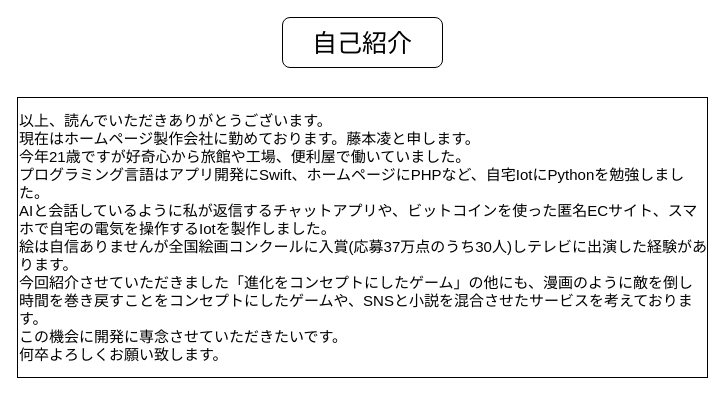
This is page "ページ5" (5 of 5) of eater.drawio from idaks1325/eater_design, a draw.io file, before an edit. Source tidied: cells renumbered, new cells numbered last; positions are measured from the earlier drawing's top-left corner, leaving out a move shared by most shapes. Both pictures are drawn from the tidied source at 100%, with x=0, y=0 at pixel (17, 17).
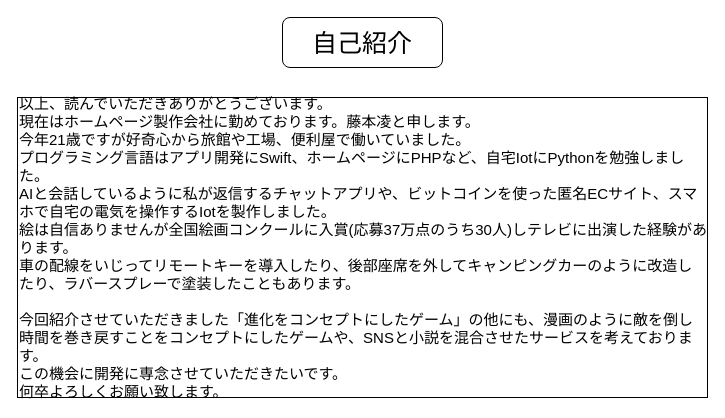
The same page after the edit.

The edit, as a diff of the source:
```diff
@@
 <mxGraphModel>
   <root>
     <mxCell id="0" />
     <mxCell id="1" parent="0" />
     <mxCell id="2" value="&lt;font style=&quot;font-size: 25px&quot;&gt;自己紹介&lt;/font&gt;" style="rounded=1;whiteSpace=wrap;html=1;" parent="1" vertex="1">
       <mxGeometry x="265" width="160" height="50" as="geometry" />
     </mxCell>
-    <mxCell id="3" value="&lt;div style=&quot;font-size: 15px&quot;&gt;&lt;font style=&quot;font-size: 15px&quot;&gt;以上、読んでいただきありがとうございます。&lt;/font&gt;&lt;/div&gt;&lt;div style=&quot;font-size: 15px&quot;&gt;&lt;font style=&quot;font-size: 15px&quot;&gt;現在はホームページ製作会社に勤めております。藤本凌と申します。&lt;/font&gt;&lt;/div&gt;&lt;div style=&quot;font-size: 15px&quot;&gt;&lt;font style=&quot;font-size: 15px&quot;&gt;今年21歳ですが好奇心から旅館や工場、便利屋で働いていました。&lt;/font&gt;&lt;/div&gt;&lt;div style=&quot;font-size: 15px&quot;&gt;&lt;font style=&quot;font-size: 15px&quot;&gt;プログラミング言語はアプリ開発にSwift、ホームページにPHPなど、自宅IotにPythonを勉強しました。&lt;/font&gt;&lt;/div&gt;&lt;div style=&quot;font-size: 15px&quot;&gt;&lt;font style=&quot;font-size: 15px&quot;&gt;AIと会話しているように私が返信するチャットアプリや、ビットコインを使った匿名ECサイト、スマホで自宅の電気を操作するIotを製作しました。&lt;/font&gt;&lt;/div&gt;&lt;div style=&quot;font-size: 15px&quot;&gt;&lt;font style=&quot;font-size: 15px&quot;&gt;絵は自信ありませんが全国絵画コンクールに入賞(応募37万点のうち30人)しテレビに出演した経験があります。&lt;/font&gt;&lt;/div&gt;&lt;div style=&quot;font-size: 15px&quot;&gt;&lt;font style=&quot;font-size: 15px&quot;&gt;今回紹介させていただきました「進化をコンセプトにしたゲーム」の他にも、漫画のように敵を倒し時間を巻き戻すことをコンセプトにしたゲームや、SNSと小説を混合させたサービスを考えております。&lt;/font&gt;&lt;/div&gt;&lt;div style=&quot;font-size: 15px&quot;&gt;&lt;font style=&quot;font-size: 15px&quot;&gt;この機会に開発に専念させていただきたいです。&lt;/font&gt;&lt;/div&gt;&lt;div style=&quot;font-size: 15px&quot;&gt;&lt;font style=&quot;font-size: 15px&quot;&gt;何卒よろしくお願い致します。&lt;/font&gt;&lt;/div&gt;" style="rounded=0;whiteSpace=wrap;html=1;align=left;" parent="1" vertex="1">
-      <mxGeometry y="80" width="690" height="280" as="geometry" />
+    <mxCell id="3" value="&lt;div style=&quot;font-size: 15px&quot;&gt;&lt;font style=&quot;font-size: 15px&quot;&gt;以上、読んでいただきありがとうございます。&lt;/font&gt;&lt;/div&gt;&lt;div style=&quot;font-size: 15px&quot;&gt;&lt;font style=&quot;font-size: 15px&quot;&gt;現在はホームページ製作会社に勤めております。藤本凌と申します。&lt;/font&gt;&lt;/div&gt;&lt;div style=&quot;font-size: 15px&quot;&gt;&lt;font style=&quot;font-size: 15px&quot;&gt;今年21歳ですが好奇心から旅館や工場、便利屋で働いていました。&lt;/font&gt;&lt;/div&gt;&lt;div style=&quot;font-size: 15px&quot;&gt;&lt;font style=&quot;font-size: 15px&quot;&gt;プログラミング言語はアプリ開発にSwift、ホームページにPHPなど、自宅IotにPythonを勉強しました。&lt;/font&gt;&lt;/div&gt;&lt;div style=&quot;font-size: 15px&quot;&gt;&lt;font style=&quot;font-size: 15px&quot;&gt;AIと会話しているように私が返信するチャットアプリや、ビットコインを使った匿名ECサイト、スマホで自宅の電気を操作するIotを製作しました。&lt;/font&gt;&lt;/div&gt;&lt;div style=&quot;font-size: 15px&quot;&gt;&lt;font style=&quot;font-size: 15px&quot;&gt;絵は自信ありませんが全国絵画コンクールに入賞(応募37万点のうち30人)しテレビに出演した経験があります。&lt;/font&gt;&lt;/div&gt;&lt;div style=&quot;font-size: 15px&quot;&gt;&lt;font style=&quot;font-size: 15px&quot;&gt;車の配線をいじって&lt;/font&gt;&lt;span&gt;リモートキーを導入したり、後部座席を外して&lt;/span&gt;&lt;span&gt;キャンピングカーのように改造したり、ラバースプレーで塗装したこともあります。&lt;/span&gt;&lt;/div&gt;&lt;div style=&quot;font-size: 15px&quot;&gt;&lt;font style=&quot;font-size: 15px&quot;&gt;&lt;br&gt;&lt;/font&gt;&lt;/div&gt;&lt;div style=&quot;font-size: 15px&quot;&gt;&lt;font style=&quot;font-size: 15px&quot;&gt;今回紹介させていただきました「進化をコンセプトにしたゲーム」の他にも、漫画のように敵を倒し時間を巻き戻すことをコンセプトにしたゲームや、SNSと小説を混合させたサービスを考えております。&lt;/font&gt;&lt;/div&gt;&lt;div style=&quot;font-size: 15px&quot;&gt;&lt;font style=&quot;font-size: 15px&quot;&gt;この機会に開発に専念させていただきたいです。&lt;/font&gt;&lt;/div&gt;&lt;div style=&quot;font-size: 15px&quot;&gt;&lt;font style=&quot;font-size: 15px&quot;&gt;何卒よろしくお願い致します。&lt;/font&gt;&lt;/div&gt;" style="rounded=0;whiteSpace=wrap;html=1;align=left;" parent="1" vertex="1">
+      <mxGeometry y="80" width="690" height="300" as="geometry" />
     </mxCell>
   </root>
 </mxGraphModel>
```
